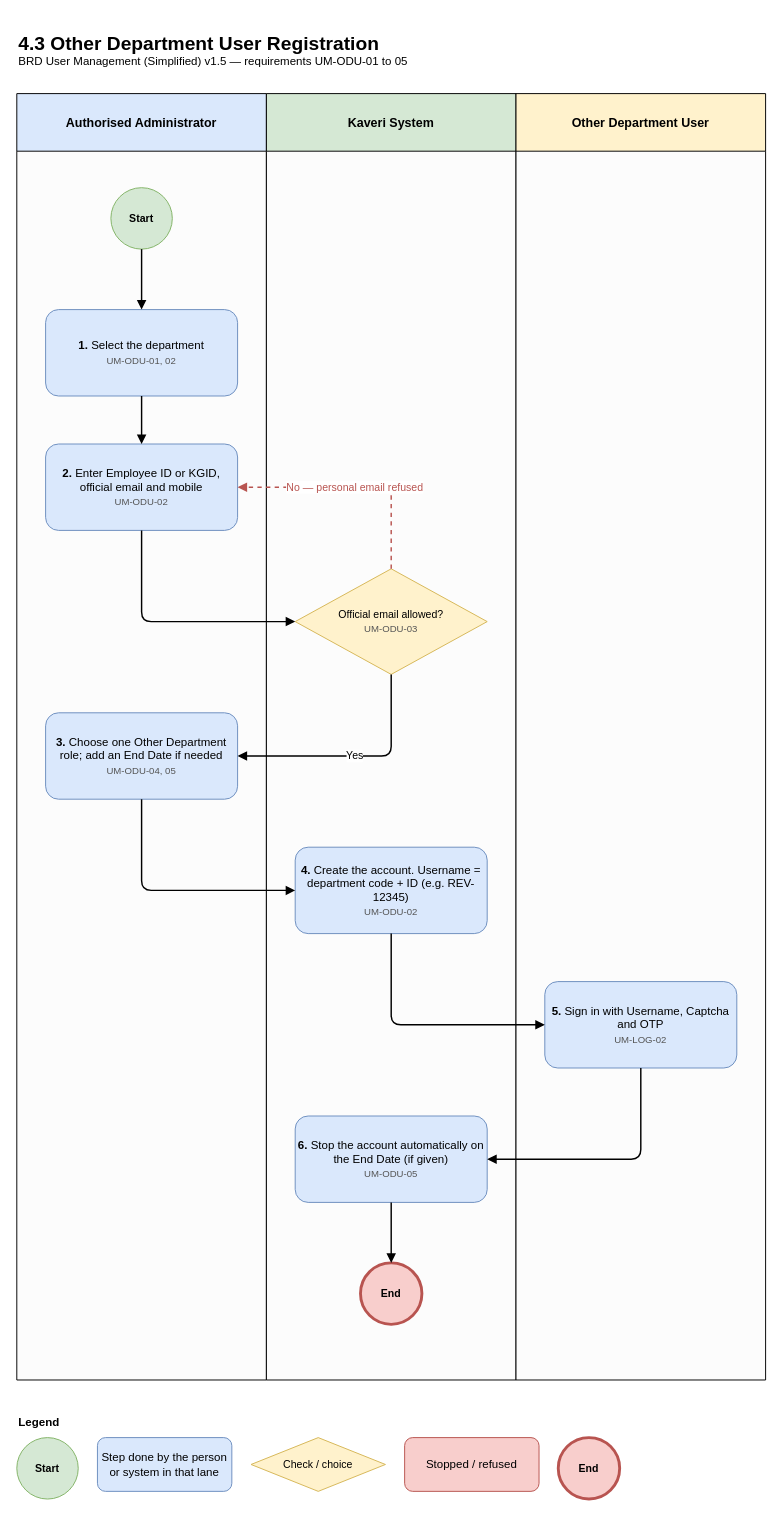
Above: Finalized BRD/User Management/NewProcessDiagram/UM_4_03_Other_Department_User_Registration.drawio in mvprash/Kaveri3Plan (draw.io), before the change. Source tidied: cells renumbered, new cells numbered last; positions are measured from the earlier drawing's top-left corner, leaving out a move shared by most shapes. Both pictures are drawn from the tidied source at 96%, with x=0, y=0 at pixel (16, 16).
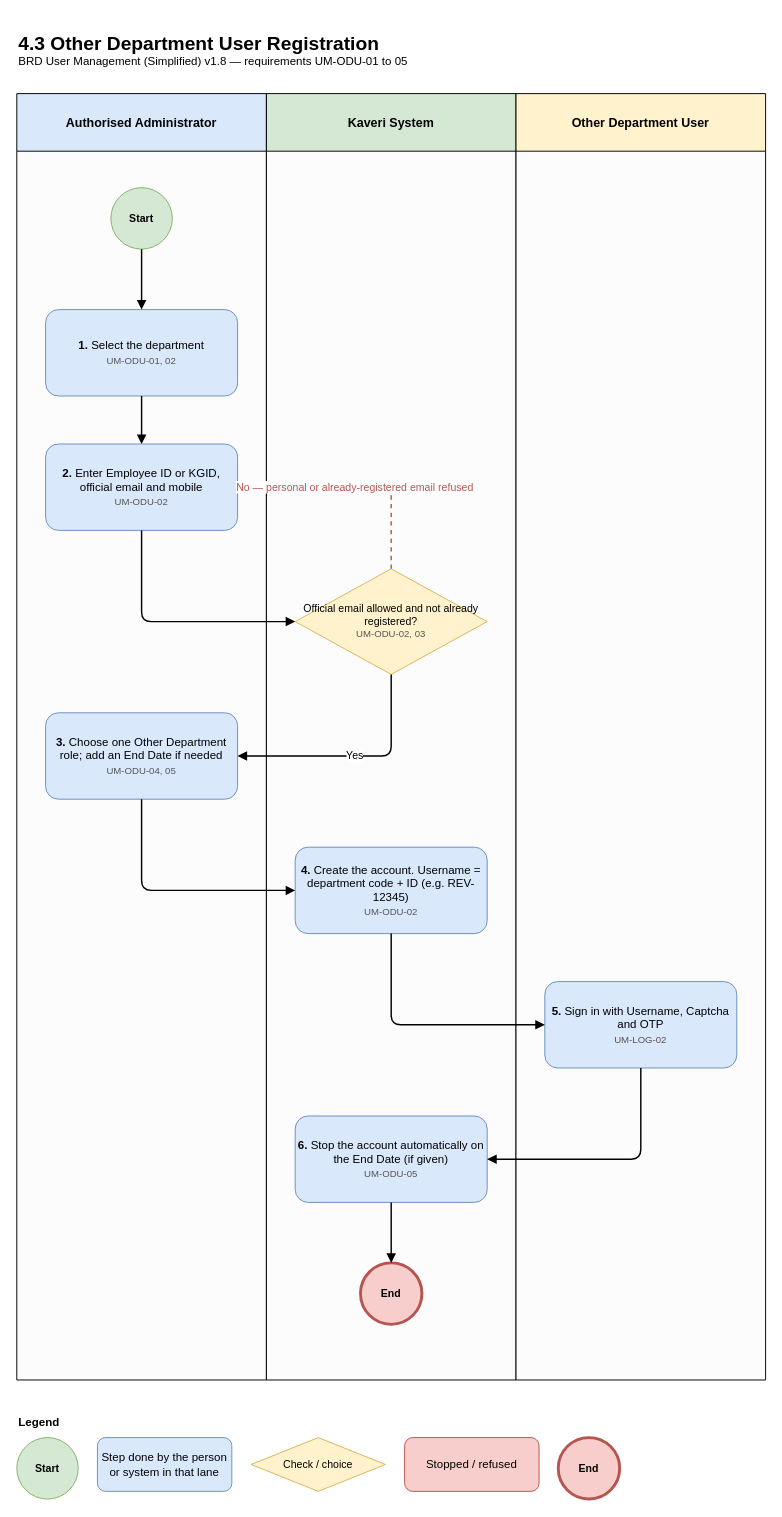
Above is the later version.

The change refers to these unchanged cells:
```xml
<mxCell id="8" value="&lt;b&gt;2.&lt;/b&gt; Enter Employee ID or KGID, official email and mobile&lt;br&gt;&lt;font style='font-size:10px' color='#555555'&gt;UM-ODU-02&lt;/font&gt;" style="rounded=1;whiteSpace=wrap;html=1;fillColor=#dae8fc;strokeColor=#6c8ebf;fontSize=12;" parent="1" vertex="1">
  <mxGeometry x="30" y="445" width="200" height="90" as="geometry" />
</mxCell>
```

The edit, as a diff of the source:
```diff
@@
-    <mxCell id="5" value="&lt;b style='font-size:20px'&gt;4.3 Other Department User Registration&lt;/b&gt;&lt;br&gt;&lt;span style='font-size:12px'&gt;BRD User Management (Simplified) v1.5 — requirements UM-ODU-01 to 05&lt;/span&gt;" style="text;html=1;align=left;verticalAlign=middle;whiteSpace=wrap;" parent="1" vertex="1">
+    <mxCell id="5" value="&lt;b style='font-size:20px'&gt;4.3 Other Department User Registration&lt;/b&gt;&lt;br&gt;&lt;span style='font-size:12px'&gt;BRD User Management (Simplified) v1.8 — requirements UM-ODU-01 to 05&lt;/span&gt;" style="text;html=1;align=left;verticalAlign=middle;whiteSpace=wrap;" parent="1" vertex="1">
       <mxGeometry width="780" height="70" as="geometry" />
     </mxCell>
@@
-    <mxCell id="9" value="Official email allowed?&lt;br&gt;&lt;font style='font-size:10px' color='#555555'&gt;UM-ODU-03&lt;/font&gt;" style="rhombus;whiteSpace=wrap;html=1;fillColor=#fff2cc;strokeColor=#d6b656;fontSize=11;" parent="1" vertex="1">
+    <mxCell id="9" value="Official email allowed and not already registered?&lt;br&gt;&lt;font style='font-size:10px' color='#555555'&gt;UM-ODU-02, 03&lt;/font&gt;" style="rhombus;whiteSpace=wrap;html=1;fillColor=#fff2cc;strokeColor=#d6b656;fontSize=11;" parent="1" vertex="1">
       <mxGeometry x="290" y="575" width="200" height="110" as="geometry" />
     </mxCell>
@@
-    <mxCell id="18" value="No — personal email refused" style="edgeStyle=orthogonalEdgeStyle;rounded=1;html=1;endArrow=block;endFill=1;strokeWidth=1.5;fontSize=11;labelBackgroundColor=#ffffff;dashed=1;strokeColor=#b85450;fontColor=#b85450;exitX=0.5;exitY=0;entryX=1;entryY=0.5;" parent="1" edge="1" source="9" target="8">
+    <mxCell id="18" value="No — personal or already-registered email refused" style="edgeStyle=orthogonalEdgeStyle;rounded=1;html=1;endArrow=block;endFill=1;strokeWidth=1.5;fontSize=11;labelBackgroundColor=#ffffff;dashed=1;strokeColor=#b85450;fontColor=#b85450;exitX=0.5;exitY=0;entryX=1;entryY=0.5;" parent="1" edge="1" source="9" target="8">
       <mxGeometry relative="1" as="geometry" />
     </mxCell>
```
